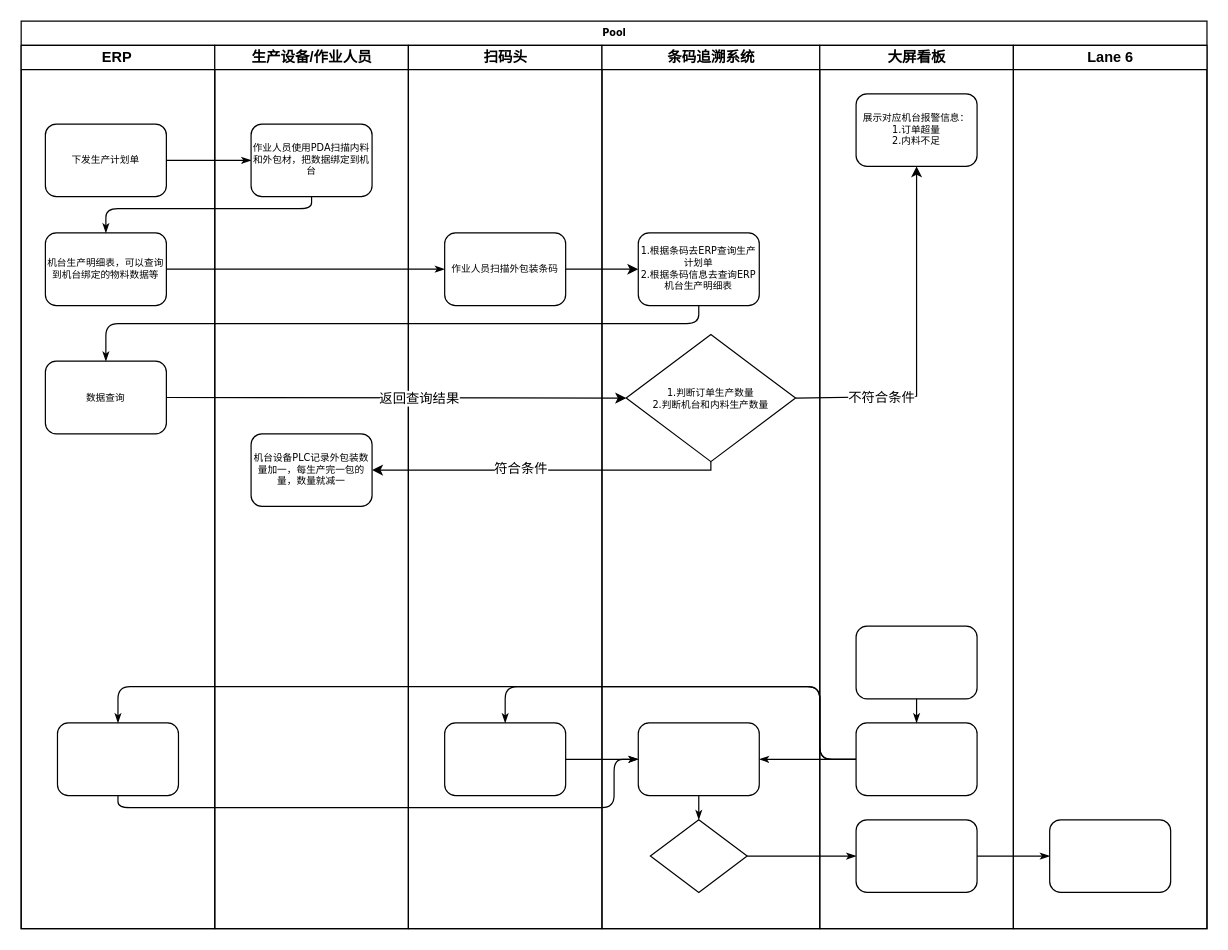
Above: data/上尚保鲜机台扫码流程.drawio in chenyanxi/hosts (draw.io), before the change. Source tidied: cells renumbered, new cells numbered last; positions are measured from the earlier drawing's top-left corner, leaving out a move shared by most shapes. Both pictures are drawn from the tidied source at 121%, with x=0, y=0 at pixel (21, 21).
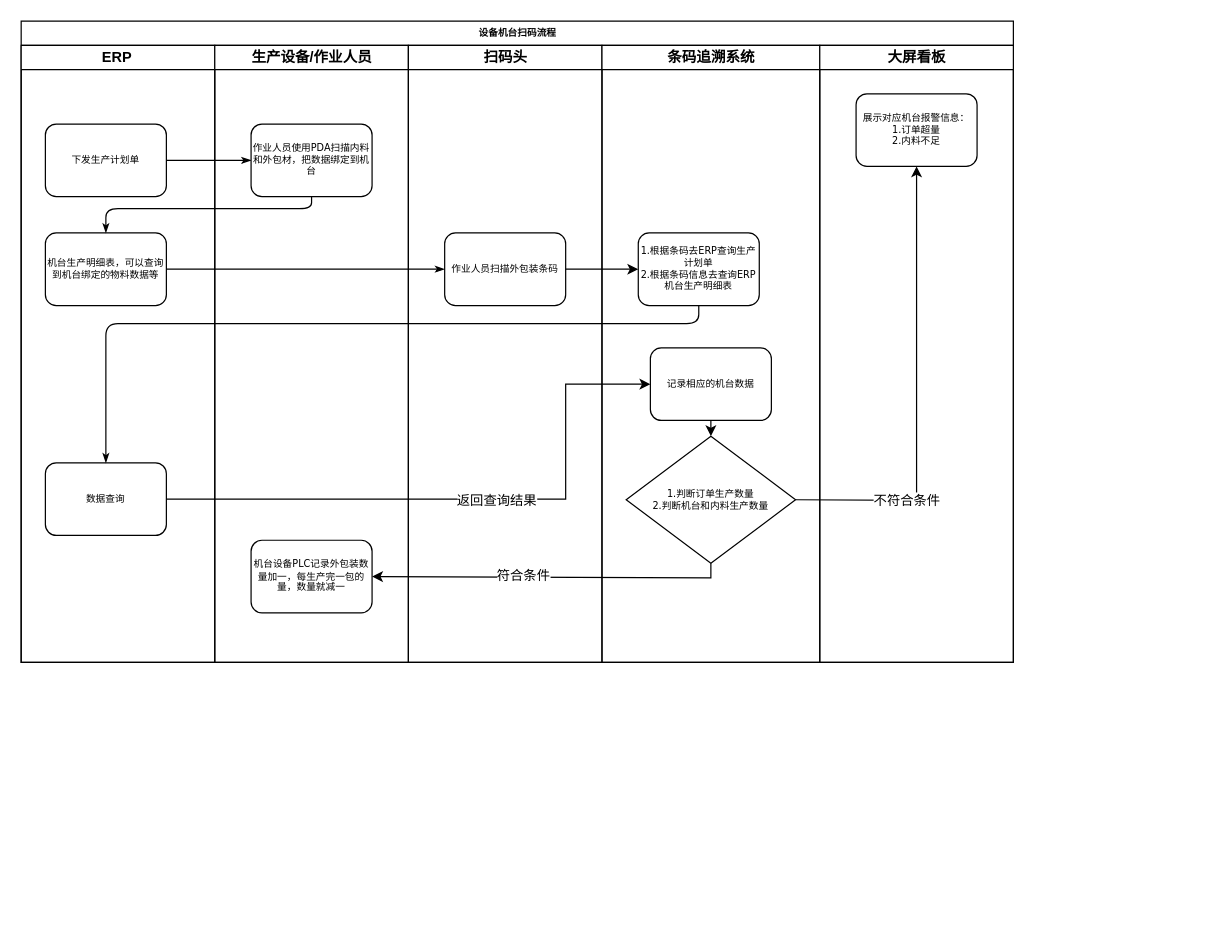
After the change.

Commit message (it also covers changes not shown here):
更新上尚保鲜机台扫码流程.drawio

The change refers to these unchanged cells:
```xml
<mxCell id="32" value="展示对应机台报警信息：&lt;br&gt;1.订单超量&lt;br&gt;2.内料不足" style="rounded=1;whiteSpace=wrap;html=1;shadow=0;labelBackgroundColor=none;strokeWidth=1;fontFamily=Verdana;fontSize=8;align=center;" parent="31" vertex="1">
  <mxGeometry x="30" y="40" width="100" height="60" as="geometry" />
</mxCell>
```

Change to the diagram source:
```diff
@@
-    <mxCell id="2" value="Pool" style="swimlane;html=1;startSize=20;rounded=0;shadow=0;labelBackgroundColor=none;strokeWidth=1;fontFamily=Verdana;fontSize=8;align=center;" parent="1" vertex="1">
-      <mxGeometry width="980" height="750" as="geometry" />
+    <mxCell id="2" value="设备机台扫码流程" style="swimlane;html=1;startSize=20;rounded=0;shadow=0;labelBackgroundColor=none;strokeWidth=1;fontFamily=Verdana;fontSize=8;align=center;" parent="1" vertex="1">
+      <mxGeometry width="820" height="530" as="geometry" />
     </mxCell>
     <mxCell id="3" value="ERP&lt;span style=&quot;white-space: pre;&quot;&gt;&#9;&lt;/span&gt;" style="swimlane;html=1;startSize=20;" parent="2" vertex="1">
-      <mxGeometry y="20" width="160" height="730" as="geometry" />
+      <mxGeometry y="20" width="160" height="510" as="geometry" />
     </mxCell>
@@
-    <mxCell id="6" style="rounded=1;whiteSpace=wrap;html=1;shadow=0;labelBackgroundColor=none;strokeWidth=1;fontFamily=Verdana;fontSize=8;align=center;" parent="3" vertex="1">
-      <mxGeometry x="30" y="560" width="100" height="60" as="geometry" />
-    </mxCell>
     <mxCell id="7" value="数据查询" style="rounded=1;whiteSpace=wrap;html=1;shadow=0;labelBackgroundColor=none;strokeWidth=1;fontFamily=Verdana;fontSize=8;align=center;" parent="3" vertex="1">
-      <mxGeometry x="20" y="261" width="100" height="60" as="geometry" />
+      <mxGeometry x="20" y="345" width="100" height="60" as="geometry" />
     </mxCell>
@@
-    <mxCell id="12" style="edgeStyle=orthogonalEdgeStyle;rounded=1;html=1;labelBackgroundColor=none;startArrow=none;startFill=0;startSize=5;endArrow=classicThin;endFill=1;endSize=5;jettySize=auto;strokeWidth=1;fontFamily=Verdana;fontSize=8;" parent="2" edge="1" source="28" target="35">
-      <mxGeometry relative="1" as="geometry" />
+    <mxCell id="12" style="edgeStyle=orthogonalEdgeStyle;rounded=1;html=1;labelBackgroundColor=none;startArrow=none;startFill=0;startSize=5;endArrow=classicThin;endFill=1;endSize=5;jettySize=auto;orthogonalLoop=1;strokeWidth=1;fontFamily=Verdana;fontSize=8;" parent="2" edge="1">
+      <mxGeometry relative="1" as="geometry">
+        <mxPoint x="600" y="690" as="sourcePoint" />
+      </mxGeometry>
     </mxCell>
-    <mxCell id="13" style="edgeStyle=orthogonalEdgeStyle;rounded=1;html=1;labelBackgroundColor=none;startArrow=none;startFill=0;startSize=5;endArrow=classicThin;endFill=1;endSize=5;jettySize=auto;strokeWidth=1;fontFamily=Verdana;fontSize=8;" parent="2" edge="1" source="35" target="38">
-      <mxGeometry relative="1" as="geometry" />
-    </mxCell>
-    <mxCell id="14" style="edgeStyle=orthogonalEdgeStyle;rounded=1;html=1;labelBackgroundColor=none;startArrow=none;startFill=0;startSize=5;endArrow=classicThin;endFill=1;endSize=5;jettySize=auto;strokeWidth=1;fontFamily=Verdana;fontSize=8;" parent="2" edge="1" source="34" target="24">
+    <mxCell id="14" style="edgeStyle=orthogonalEdgeStyle;rounded=1;html=1;labelBackgroundColor=none;startArrow=none;startFill=0;startSize=5;endArrow=classicThin;endFill=1;endSize=5;jettySize=auto;orthogonalLoop=1;strokeWidth=1;fontFamily=Verdana;fontSize=8;" parent="2" edge="1">
       <mxGeometry relative="1" as="geometry">
+        <mxPoint x="400" y="580" as="targetPoint" />
         <Array as="points">
           <mxPoint x="660" y="610" />
           <mxPoint x="660" y="550" />
           <mxPoint x="400" y="550" />
         </Array>
       </mxGeometry>
     </mxCell>
-    <mxCell id="15" style="edgeStyle=orthogonalEdgeStyle;rounded=1;html=1;labelBackgroundColor=none;startArrow=none;startFill=0;startSize=5;endArrow=classicThin;endFill=1;endSize=5;jettySize=auto;strokeColor=#000000;strokeWidth=1;fontFamily=Verdana;fontSize=8;fontColor=#000000;" parent="2" edge="1" source="34" target="27">
-      <mxGeometry relative="1" as="geometry" />
+    <mxCell id="15" style="edgeStyle=orthogonalEdgeStyle;rounded=1;html=1;labelBackgroundColor=none;startArrow=none;startFill=0;startSize=5;endArrow=classicThin;endFill=1;endSize=5;jettySize=auto;orthogonalLoop=1;strokeColor=#000000;strokeWidth=1;fontFamily=Verdana;fontSize=8;fontColor=#000000;" parent="2" edge="1">
+      <mxGeometry relative="1" as="geometry">
+        <mxPoint x="610" y="610" as="targetPoint" />
+      </mxGeometry>
     </mxCell>
-    <mxCell id="16" style="edgeStyle=orthogonalEdgeStyle;rounded=1;html=1;labelBackgroundColor=none;startArrow=none;startFill=0;startSize=5;endArrow=classicThin;endFill=1;endSize=5;jettySize=auto;strokeWidth=1;fontFamily=Verdana;fontSize=8;" parent="2" edge="1" source="34" target="6">
+    <mxCell id="16" style="edgeStyle=orthogonalEdgeStyle;rounded=1;html=1;labelBackgroundColor=none;startArrow=none;startFill=0;startSize=5;endArrow=classicThin;endFill=1;endSize=5;jettySize=auto;orthogonalLoop=1;strokeWidth=1;fontFamily=Verdana;fontSize=8;" parent="2" edge="1">
       <mxGeometry relative="1" as="geometry">
+        <mxPoint x="80" y="580" as="targetPoint" />
         <Array as="points">
           <mxPoint x="660" y="610" />
           <mxPoint x="660" y="550" />
           <mxPoint x="80" y="550" />
         </Array>
       </mxGeometry>
     </mxCell>
-    <mxCell id="17" style="edgeStyle=orthogonalEdgeStyle;rounded=1;html=1;labelBackgroundColor=none;startArrow=none;startFill=0;startSize=5;endArrow=classicThin;endFill=1;endSize=5;jettySize=auto;strokeWidth=1;fontFamily=Verdana;fontSize=8;" parent="2" edge="1" source="6" target="27">
+    <mxCell id="17" style="edgeStyle=orthogonalEdgeStyle;rounded=1;html=1;labelBackgroundColor=none;startArrow=none;startFill=0;startSize=5;endArrow=classicThin;endFill=1;endSize=5;jettySize=auto;orthogonalLoop=1;strokeWidth=1;fontFamily=Verdana;fontSize=8;" parent="2" edge="1">
       <mxGeometry relative="1" as="geometry">
+        <mxPoint x="80" y="640" as="sourcePoint" />
         <Array as="points">
           <mxPoint x="80" y="650" />
           <mxPoint x="490" y="650" />
           <mxPoint x="490" y="610" />
         </Array>
       </mxGeometry>
     </mxCell>
-    <mxCell id="18" style="edgeStyle=orthogonalEdgeStyle;rounded=1;html=1;labelBackgroundColor=none;startArrow=none;startFill=0;startSize=5;endArrow=classicThin;endFill=1;endSize=5;jettySize=auto;strokeWidth=1;fontFamily=Verdana;fontSize=8;" parent="2" edge="1" source="24" target="27">
-      <mxGeometry relative="1" as="geometry" />
+    <mxCell id="18" style="edgeStyle=orthogonalEdgeStyle;rounded=1;html=1;labelBackgroundColor=none;startArrow=none;startFill=0;startSize=5;endArrow=classicThin;endFill=1;endSize=5;jettySize=auto;orthogonalLoop=1;strokeWidth=1;fontFamily=Verdana;fontSize=8;" parent="2" edge="1">
+      <mxGeometry relative="1" as="geometry">
+        <mxPoint x="450" y="610" as="sourcePoint" />
+      </mxGeometry>
     </mxCell>
     <mxCell id="19" value="生产设备/作业人员" style="swimlane;html=1;startSize=20;" parent="2" vertex="1">
-      <mxGeometry x="160" y="20" width="160" height="730" as="geometry" />
+      <mxGeometry x="160" y="20" width="160" height="510" as="geometry" />
     </mxCell>
@@
     <mxCell id="21" value="机台设备PLC记录外包装数量加一，每生产完一包的量，数量就减一" style="rounded=1;whiteSpace=wrap;html=1;shadow=0;labelBackgroundColor=none;strokeWidth=1;fontFamily=Verdana;fontSize=8;align=center;" parent="19" vertex="1">
-      <mxGeometry x="30" y="321" width="100" height="60" as="geometry" />
+      <mxGeometry x="30" y="409" width="100" height="60" as="geometry" />
     </mxCell>
     <mxCell id="22" value="扫码头" style="swimlane;html=1;startSize=20;" parent="2" vertex="1">
-      <mxGeometry x="320" y="20" width="160" height="730" as="geometry" />
+      <mxGeometry x="320" y="20" width="160" height="510" as="geometry" />
     </mxCell>
@@
-    <mxCell id="24" style="rounded=1;whiteSpace=wrap;html=1;shadow=0;labelBackgroundColor=none;strokeWidth=1;fontFamily=Verdana;fontSize=8;align=center;" parent="22" vertex="1">
-      <mxGeometry x="30" y="560" width="100" height="60" as="geometry" />
-    </mxCell>
     <mxCell id="25" value="条码追溯系统" style="swimlane;html=1;startSize=20;" parent="2" vertex="1">
-      <mxGeometry x="480" y="20" width="180" height="730" as="geometry" />
+      <mxGeometry x="480" y="20" width="180" height="510" as="geometry" />
     </mxCell>
@@
-    <mxCell id="27" style="rounded=1;whiteSpace=wrap;html=1;shadow=0;labelBackgroundColor=none;strokeWidth=1;fontFamily=Verdana;fontSize=8;align=center;" parent="25" vertex="1">
-      <mxGeometry x="30" y="560" width="100" height="60" as="geometry" />
-    </mxCell>
-    <mxCell id="28" style="rhombus;whiteSpace=wrap;html=1;rounded=0;shadow=0;labelBackgroundColor=none;strokeWidth=1;fontFamily=Verdana;fontSize=8;align=center;" parent="25" vertex="1">
-      <mxGeometry x="40" y="640" width="80" height="60" as="geometry" />
-    </mxCell>
-    <mxCell id="29" style="edgeStyle=orthogonalEdgeStyle;rounded=1;html=1;labelBackgroundColor=none;startArrow=none;startFill=0;startSize=5;endArrow=classicThin;endFill=1;endSize=5;jettySize=auto;strokeWidth=1;fontFamily=Verdana;fontSize=8;" parent="25" edge="1" source="27" target="28">
-      <mxGeometry relative="1" as="geometry" />
+    <mxCell id="29" style="edgeStyle=orthogonalEdgeStyle;rounded=1;html=1;labelBackgroundColor=none;startArrow=none;startFill=0;startSize=5;endArrow=classicThin;endFill=1;endSize=5;jettySize=auto;orthogonalLoop=1;strokeWidth=1;fontFamily=Verdana;fontSize=8;" parent="25" edge="1">
+      <mxGeometry relative="1" as="geometry">
+        <mxPoint x="80" y="620" as="sourcePoint" />
+      </mxGeometry>
     </mxCell>
     <mxCell id="30" value="1.判断订单生产数量&lt;br style=&quot;border-color: var(--border-color);&quot;&gt;2.判断机台和内料生产数量" style="rhombus;whiteSpace=wrap;html=1;rounded=0;shadow=0;labelBackgroundColor=none;strokeWidth=1;fontFamily=Verdana;fontSize=8;align=center;" parent="25" vertex="1">
-      <mxGeometry x="20" y="239" width="140" height="105" as="geometry" />
+      <mxGeometry x="20" y="323" width="140" height="105" as="geometry" />
     </mxCell>
+    <mxCell id="46" value="记录相应的机台数据" style="rounded=1;whiteSpace=wrap;html=1;shadow=0;labelBackgroundColor=none;strokeWidth=1;fontFamily=Verdana;fontSize=8;align=center;" parent="25" vertex="1">
+      <mxGeometry x="40" y="250" width="100" height="60" as="geometry" />
+    </mxCell>
+    <mxCell id="47" style="endArrow=classic;html=1;rounded=0;exitX=0.5;exitY=1;exitDx=0;exitDy=0;entryX=0.5;entryY=0;entryDx=0;entryDy=0;" parent="25" edge="1" source="46" target="30">
+      <mxGeometry relative="1" as="geometry" />
+    </mxCell>
     <mxCell id="31" value="大屏看板" style="swimlane;html=1;startSize=20;" parent="2" vertex="1">
-      <mxGeometry x="660" y="20" width="160" height="730" as="geometry" />
+      <mxGeometry x="660" y="20" width="160" height="510" as="geometry" />
     </mxCell>
@@
-    <mxCell id="33" style="rounded=1;whiteSpace=wrap;html=1;shadow=0;labelBackgroundColor=none;strokeWidth=1;fontFamily=Verdana;fontSize=8;align=center;" parent="31" vertex="1">
-      <mxGeometry x="30" y="480" width="100" height="60" as="geometry" />
-    </mxCell>
-    <mxCell id="34" style="rounded=1;whiteSpace=wrap;html=1;shadow=0;labelBackgroundColor=none;strokeWidth=1;fontFamily=Verdana;fontSize=8;align=center;" parent="31" vertex="1">
-      <mxGeometry x="30" y="560" width="100" height="60" as="geometry" />
-    </mxCell>
-    <mxCell id="35" style="rounded=1;whiteSpace=wrap;html=1;shadow=0;labelBackgroundColor=none;strokeWidth=1;fontFamily=Verdana;fontSize=8;align=center;" parent="31" vertex="1">
-      <mxGeometry x="30" y="640" width="100" height="60" as="geometry" />
-    </mxCell>
-    <mxCell id="36" style="edgeStyle=orthogonalEdgeStyle;rounded=1;html=1;labelBackgroundColor=none;startArrow=none;startFill=0;startSize=5;endArrow=classicThin;endFill=1;endSize=5;jettySize=auto;strokeWidth=1;fontFamily=Verdana;fontSize=8;" parent="31" edge="1" source="33" target="34">
-      <mxGeometry relative="1" as="geometry" />
+    <mxCell id="36" style="edgeStyle=orthogonalEdgeStyle;rounded=1;html=1;labelBackgroundColor=none;startArrow=none;startFill=0;startSize=5;endArrow=classicThin;endFill=1;endSize=5;jettySize=auto;orthogonalLoop=1;strokeWidth=1;fontFamily=Verdana;fontSize=8;" parent="31" edge="1">
+      <mxGeometry relative="1" as="geometry">
+        <mxPoint x="80" y="560" as="targetPoint" />
+      </mxGeometry>
     </mxCell>
-    <mxCell id="37" value="Lane 6" style="swimlane;html=1;startSize=20;" parent="2" vertex="1">
-      <mxGeometry x="820" y="20" width="160" height="730" as="geometry" />
-    </mxCell>
-    <mxCell id="38" style="rounded=1;whiteSpace=wrap;html=1;shadow=0;labelBackgroundColor=none;strokeWidth=1;fontFamily=Verdana;fontSize=8;align=center;" parent="37" vertex="1">
-      <mxGeometry x="30" y="640" width="100" height="60" as="geometry" />
-    </mxCell>
@@
-    <mxCell id="40" style="endArrow=classic;html=1;rounded=0;exitX=1;exitY=0.5;exitDx=0;exitDy=0;entryX=0;entryY=0.5;entryDx=0;entryDy=0;" parent="2" edge="1" source="7" target="30">
-      <mxGeometry relative="1" as="geometry" />
+    <mxCell id="40" style="endArrow=classic;html=1;rounded=0;exitX=1;exitY=0.5;exitDx=0;exitDy=0;entryX=0;entryY=0.5;entryDx=0;entryDy=0;" parent="2" edge="1" source="7" target="46">
+      <mxGeometry relative="1" as="geometry">
+        <Array as="points">
+          <mxPoint x="450" y="395" />
+          <mxPoint x="450" y="300" />
+        </Array>
+      </mxGeometry>
     </mxCell>
@@
     <mxCell id="42" style="endArrow=classic;html=1;rounded=0;exitX=0.5;exitY=1;exitDx=0;exitDy=0;entryX=1;entryY=0.5;entryDx=0;entryDy=0;" parent="2" edge="1" source="30" target="21">
       <mxGeometry relative="1" as="geometry">
         <Array as="points">
-          <mxPoint x="570" y="371" />
+          <mxPoint x="570" y="460" />
         </Array>
       </mxGeometry>
     </mxCell>
@@
     <mxCell id="44" style="endArrow=classic;html=1;rounded=0;exitX=1;exitY=0.5;exitDx=0;exitDy=0;entryX=0.5;entryY=1;entryDx=0;entryDy=0;" parent="2" edge="1" source="30" target="32">
       <mxGeometry relative="1" as="geometry">
         <Array as="points">
+          <mxPoint x="740" y="396" />
           <mxPoint x="740" y="310" />
         </Array>
       </mxGeometry>
     </mxCell>
```
